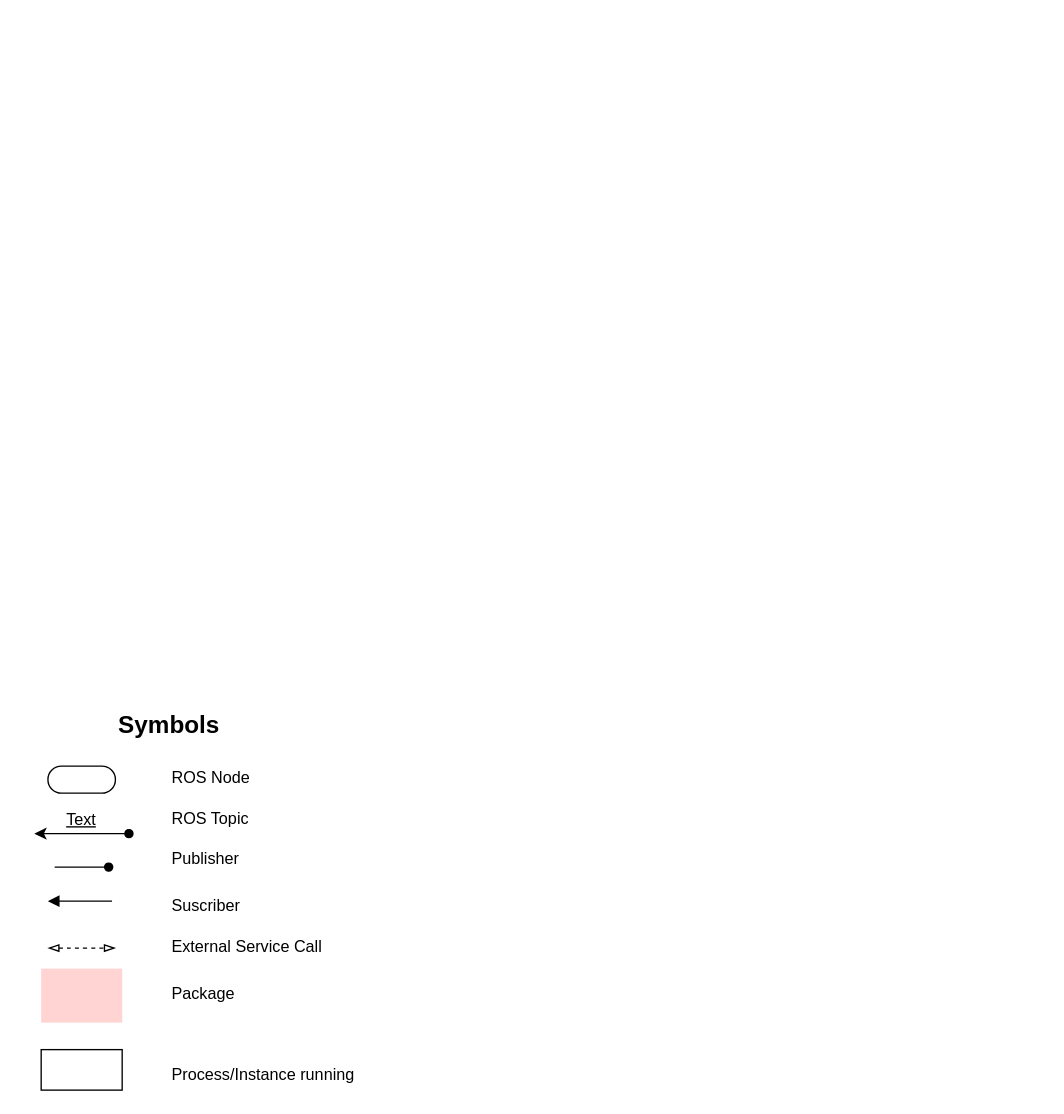
Before: Untitled Diagram.drawio in RoBorregos/robocup-home, a draw.io diagram. Source tidied: cells renumbered, new cells numbered last; positions are measured from the earlier drawing's top-left corner, leaving out a move shared by most shapes. Both pictures are drawn from the tidied source at 135%, with x=0, y=0 at pixel (34, 711).
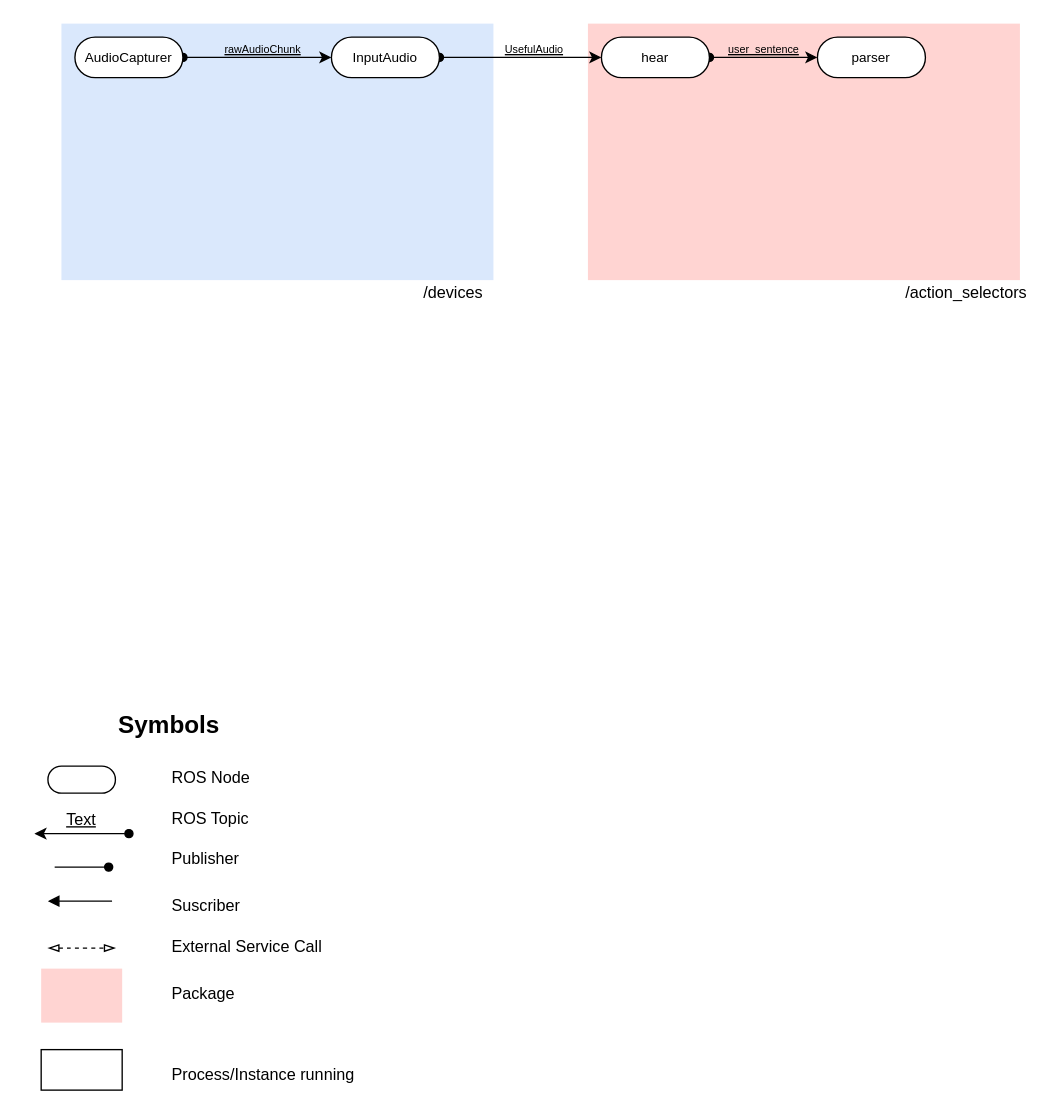
Above is the later version.

Change to the diagram source:
```diff
@@
+    <mxCell id="18" style="rounded=0;whiteSpace=wrap;html=1;fillColor=#FFD4D2;strokeColor=none;" parent="1" vertex="1">
+      <mxGeometry x="410" y="-510" width="320" height="190" as="geometry" />
+    </mxCell>
+    <mxCell id="19" style="rounded=0;whiteSpace=wrap;html=1;fillColor=#dae8fc;strokeColor=none;" parent="1" vertex="1">
+      <mxGeometry x="20" y="-510" width="320" height="190" as="geometry" />
+    </mxCell>
+    <mxCell id="20" value="/devices" style="text;html=1;align=center;verticalAlign=middle;" parent="1" vertex="1">
+      <mxGeometry x="280" y="-320" width="60" height="20" as="geometry" />
+    </mxCell>
+    <mxCell id="21" value="/action_selectors" style="text;html=1;align=center;verticalAlign=middle;" parent="1" vertex="1">
+      <mxGeometry x="635" y="-320" width="110" height="20" as="geometry" />
+    </mxCell>
+    <mxCell id="22" value="&lt;span style=&quot;font-size: 7px&quot;&gt;&lt;u&gt;&lt;br&gt;&lt;/u&gt;&lt;/span&gt;" style="edgeStyle=orthogonalEdgeStyle;rounded=0;jettySize=auto;html=1;entryX=0;entryY=0.5;entryDx=0;entryDy=0;startArrow=oval;startFill=1;exitX=1;exitY=0.5;exitDx=0;exitDy=0;" parent="1" edge="1" source="23" target="25">
+      <mxGeometry relative="1" as="geometry" />
+    </mxCell>
+    <mxCell id="23" value="&lt;font style=&quot;font-size: 10px&quot;&gt;AudioCapturer&lt;/font&gt;" style="rounded=1;whiteSpace=wrap;html=1;arcSize=50;" parent="1" vertex="1">
+      <mxGeometry x="30" y="-500" width="80" height="30" as="geometry" />
+    </mxCell>
+    <mxCell id="24" style="edgeStyle=orthogonalEdgeStyle;rounded=0;jettySize=auto;html=1;exitX=1;exitY=0.5;exitDx=0;exitDy=0;entryX=0;entryY=0.5;entryDx=0;entryDy=0;startArrow=oval;startFill=1;fontSize=8;" parent="1" edge="1" source="25" target="28">
+      <mxGeometry relative="1" as="geometry" />
+    </mxCell>
+    <mxCell id="25" value="&lt;font style=&quot;font-size: 10px&quot;&gt;InputAudio&lt;/font&gt;" style="rounded=1;whiteSpace=wrap;html=1;arcSize=50;" parent="1" vertex="1">
+      <mxGeometry x="220" y="-500" width="80" height="30" as="geometry" />
+    </mxCell>
+    <mxCell id="26" value="&lt;u&gt;rawAudioChunk&lt;/u&gt;" style="text;html=1;align=center;verticalAlign=middle;fontSize=8;" parent="1" vertex="1">
+      <mxGeometry x="134" y="-501" width="70" height="20" as="geometry" />
+    </mxCell>
+    <mxCell id="27" style="edgeStyle=orthogonalEdgeStyle;rounded=0;jettySize=auto;html=1;exitX=1;exitY=0.5;exitDx=0;exitDy=0;entryX=0;entryY=0.5;entryDx=0;entryDy=0;startArrow=oval;startFill=1;fontSize=8;" parent="1" edge="1" source="28" target="30">
+      <mxGeometry relative="1" as="geometry" />
+    </mxCell>
+    <mxCell id="28" value="&lt;font style=&quot;font-size: 10px&quot;&gt;hear&lt;/font&gt;" style="rounded=1;whiteSpace=wrap;html=1;arcSize=50;" parent="1" vertex="1">
+      <mxGeometry x="420" y="-500" width="80" height="30" as="geometry" />
+    </mxCell>
+    <mxCell id="29" value="&lt;u&gt;UsefulAudio&lt;/u&gt;" style="text;html=1;align=center;verticalAlign=middle;fontSize=8;" parent="1" vertex="1">
+      <mxGeometry x="340" y="-501" width="60" height="20" as="geometry" />
+    </mxCell>
+    <mxCell id="30" value="&lt;font style=&quot;font-size: 10px&quot;&gt;parser&lt;/font&gt;" style="rounded=1;whiteSpace=wrap;html=1;arcSize=50;" parent="1" vertex="1">
+      <mxGeometry x="580" y="-500" width="80" height="30" as="geometry" />
+    </mxCell>
+    <mxCell id="31" value="&lt;u&gt;user_sentence&lt;/u&gt;" style="text;html=1;align=center;verticalAlign=middle;fontSize=8;" parent="1" vertex="1">
+      <mxGeometry x="505" y="-501" width="70" height="20" as="geometry" />
+    </mxCell>
```
